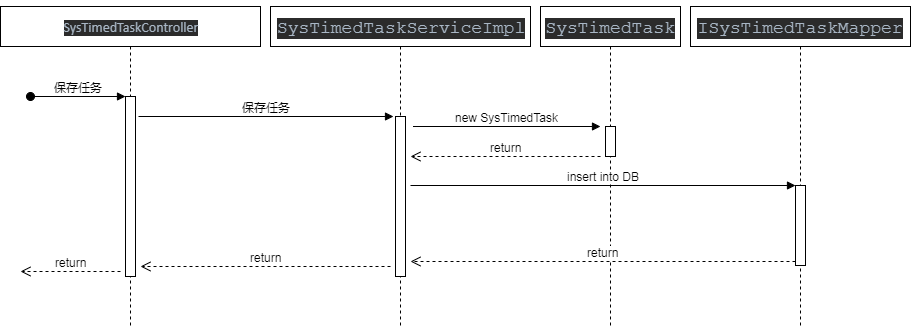
xiaolixi/xiaolixi.github.io keeps this draw.io diagram as quartz.png. Above is the earlier version. Source tidied: cells renumbered, new cells last; positions are measured from the earlier drawing's top-left corner, leaving out a move shared by most shapes.
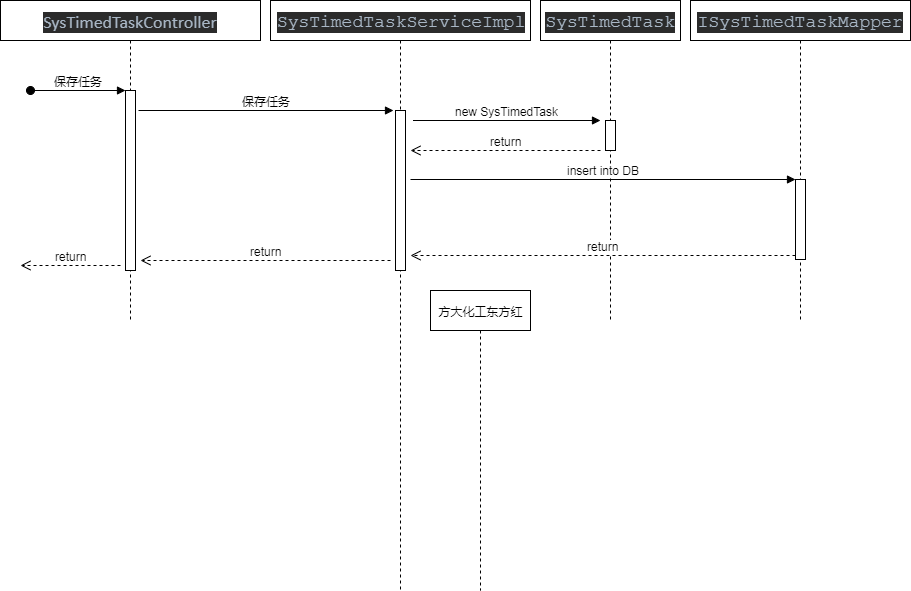
After the commit.

Diff of the diagram source:
```diff
@@ -2,7 +2,7 @@
   <root>
     <mxCell id="0" />
     <mxCell id="1" parent="0" />
-    <mxCell id="2" value="&lt;pre style=&quot;background-color: #2b2b2b ; color: #a9b7c6 ; font-family: &amp;#34;courier new&amp;#34; ; font-size: 13.5pt&quot;&gt;&lt;pre style=&quot;font-family: &amp;#34;courier new&amp;#34; ; font-size: 13.5pt&quot;&gt;&lt;p style=&quot;margin: 0in ; font-family: &amp;#34;calibri&amp;#34; ; font-size: 10.5pt&quot;&gt;SysTimedTaskController&lt;/p&gt;&lt;/pre&gt;&lt;/pre&gt;" style="shape=umlLifeline;perimeter=lifelinePerimeter;whiteSpace=wrap;html=1;" parent="1" vertex="1">
+    <mxCell id="2" value="&lt;pre style=&quot;background-color: rgb(43 , 43 , 43) ; color: rgb(169 , 183 , 198) ; font-family: &amp;#34;courier new&amp;#34;&quot;&gt;&lt;pre style=&quot;font-family: &amp;#34;courier new&amp;#34;&quot;&gt;&lt;p style=&quot;margin: 0in ; font-family: &amp;#34;calibri&amp;#34;&quot;&gt;&lt;font style=&quot;font-size: 18px&quot;&gt;SysTimedTaskController&lt;/font&gt;&lt;/p&gt;&lt;/pre&gt;&lt;/pre&gt;" style="shape=umlLifeline;perimeter=lifelinePerimeter;whiteSpace=wrap;html=1;" parent="1" vertex="1">
       <mxGeometry width="260" height="320" as="geometry" />
     </mxCell>
     <mxCell id="3" style="html=1;points=[];perimeter=orthogonalPerimeter;" parent="2" vertex="1">
@@ -20,7 +20,7 @@
       </mxGeometry>
     </mxCell>
     <mxCell id="6" value="&lt;pre style=&quot;background-color: rgb(43 , 43 , 43)&quot;&gt;&lt;pre&gt;&lt;font color=&quot;#a9b7c6&quot; face=&quot;courier new&quot;&gt;&lt;span style=&quot;font-size: 18px&quot;&gt;SysTimedTaskServiceImpl&lt;/span&gt;&lt;span style=&quot;font-size: 13.5pt&quot;&gt;&lt;br&gt;&lt;/span&gt;&lt;/font&gt;&lt;/pre&gt;&lt;/pre&gt;" style="shape=umlLifeline;perimeter=lifelinePerimeter;whiteSpace=wrap;html=1;" parent="1" vertex="1">
-      <mxGeometry x="270" width="260" height="320" as="geometry" />
+      <mxGeometry x="270" width="260" height="590" as="geometry" />
     </mxCell>
     <mxCell id="7" style="html=1;perimeter=orthogonalPerimeter;" parent="6" vertex="1">
       <mxGeometry x="125" y="110" width="10" height="160" as="geometry" />
@@ -37,13 +37,16 @@
         <mxPoint x="-130" y="260" as="targetPoint" />
       </mxGeometry>
     </mxCell>
+    <mxCell id="18" value="方大化工东方红" style="shape=umlLifeline;perimeter=lifelinePerimeter;whiteSpace=wrap;html=1;" parent="6" vertex="1">
+      <mxGeometry x="160" y="290" width="100" height="300" as="geometry" />
+    </mxCell>
     <mxCell id="10" value="保存任务" style="html=1;verticalAlign=bottom;endArrow=block;entryX=0;entryY=0;entryDx=0;entryDy=0;entryPerimeter=0;" parent="1" edge="1">
       <mxGeometry relative="1" as="geometry">
         <mxPoint x="138" y="110" as="sourcePoint" />
         <mxPoint x="393" y="110" as="targetPoint" />
       </mxGeometry>
     </mxCell>
-    <mxCell id="11" value="&lt;pre style=&quot;background-color: #2b2b2b ; color: #a9b7c6 ; font-family: &amp;#34;courier new&amp;#34; ; font-size: 13.5pt&quot;&gt;SysTimedTask&lt;/pre&gt;" style="shape=umlLifeline;perimeter=lifelinePerimeter;whiteSpace=wrap;html=1;" parent="1" vertex="1">
+    <mxCell id="11" value="&lt;pre style=&quot;background-color: rgb(43 , 43 , 43)&quot;&gt;&lt;font color=&quot;#a9b7c6&quot; face=&quot;courier new&quot;&gt;&lt;span style=&quot;font-size: 18px&quot;&gt;SysTimedTask&lt;/span&gt;&lt;span style=&quot;font-size: 13.5pt&quot;&gt;&lt;br&gt;&lt;/span&gt;&lt;/font&gt;&lt;/pre&gt;" style="shape=umlLifeline;perimeter=lifelinePerimeter;whiteSpace=wrap;html=1;" parent="1" vertex="1">
       <mxGeometry x="540" width="140" height="320" as="geometry" />
     </mxCell>
     <mxCell id="12" style="html=1;perimeter=orthogonalPerimeter;" parent="11" vertex="1">
```
